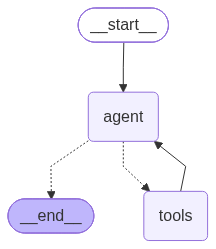
This is docs/grafo.png from RayssaBeatriz/agente_auxiliar_para_estudo, a Mermaid export, as it was before one commit. Its source is kept beside it as docs/grafo.mmd.
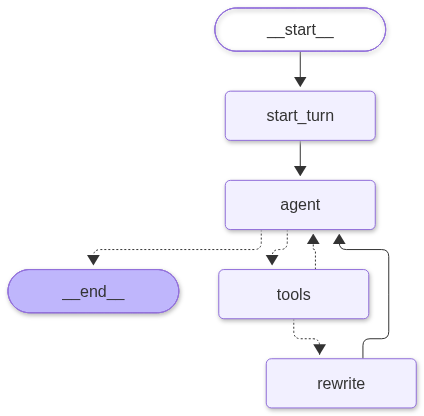
After the change.

Commit message:
Atualizando diagrama do grafo

Diff of the diagram source:
```diff
@@ -5,13 +5,18 @@
 ---
 graph TD;
 	__start__([<p>__start__</p>]):::first
+	start_turn(start_turn)
 	agent(agent)
 	tools(tools)
+	rewrite(rewrite)
 	__end__([<p>__end__</p>]):::last
-	__start__ --> agent;
+	__start__ --> start_turn;
 	agent -.-> __end__;
 	agent -.-> tools;
-	tools --> agent;
+	rewrite --> agent;
+	start_turn --> agent;
+	tools -.-> agent;
+	tools -.-> rewrite;
 	classDef default fill:#f2f0ff,line-height:1.2
 	classDef first fill-opacity:0
 	classDef last fill:#bfb6fc
```
